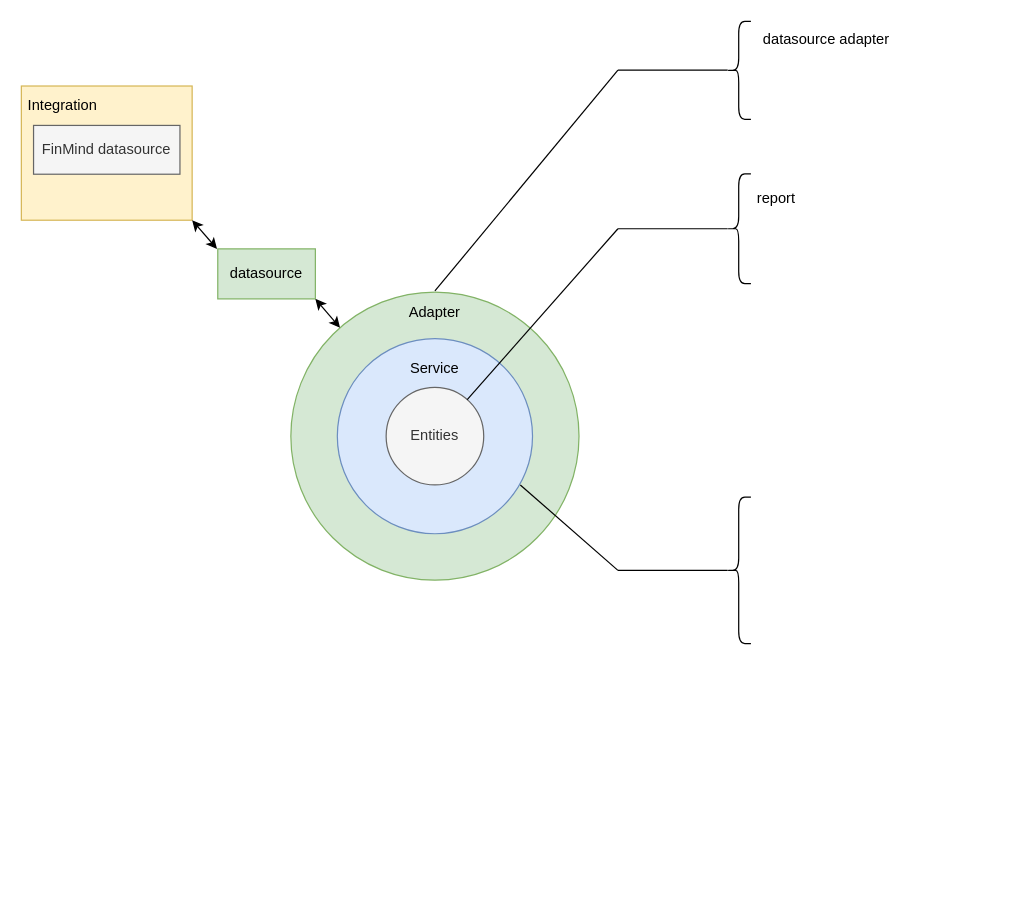
scott01272001/gino_tool keeps this draw.io diagram as resource/architecture.drawio. Above is the earlier version. Source tidied: cells renumbered, new cells numbered last; positions are measured from the earlier drawing's top-left corner, leaving out a move shared by most shapes. Both pictures are drawn from the tidied source at 122%, with x=0, y=0 at pixel (21, 21).
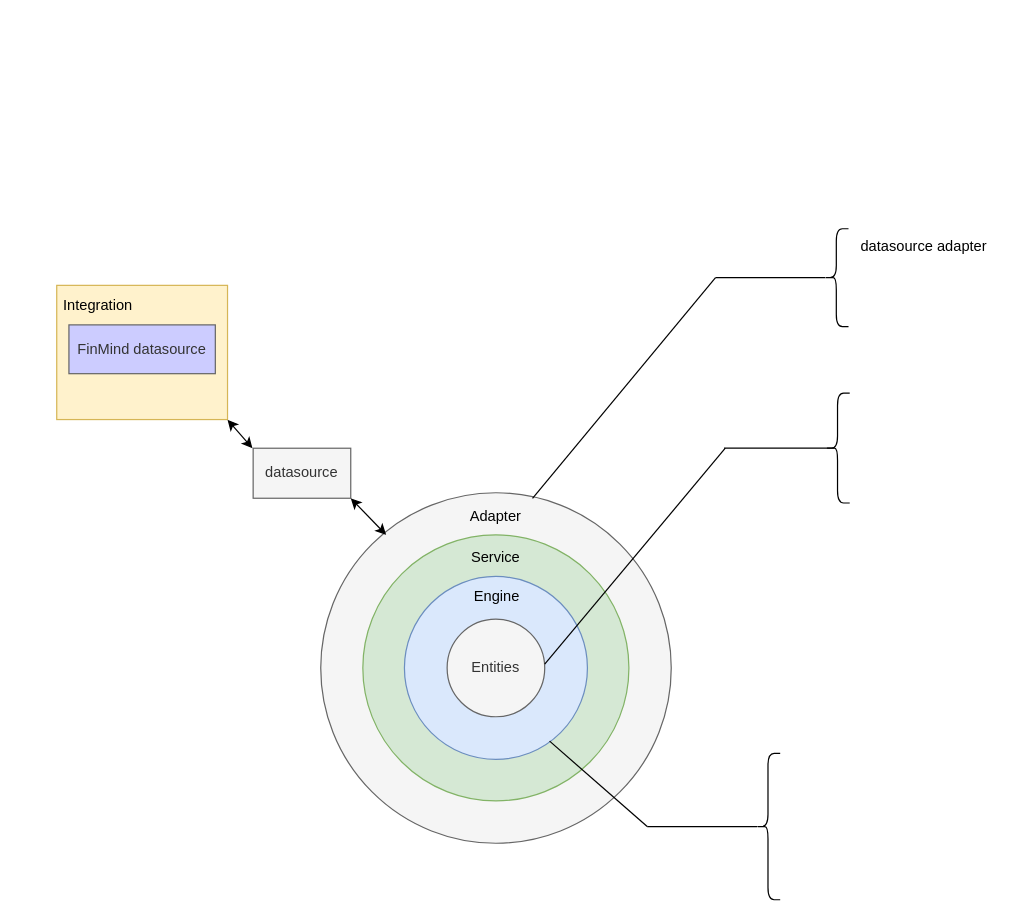
The same diagram, later.

Commit message:
archit plan update

Change to the diagram source:
```diff
@@
+    <mxCell id="24" style="ellipse;whiteSpace=wrap;html=1;fillColor=#f5f5f5;strokeColor=#666666;fontColor=#333333;" parent="1" vertex="1">
+      <mxGeometry x="245.4" y="386.4" width="287.3" height="287.3" as="geometry" />
+    </mxCell>
     <mxCell id="2" style="ellipse;whiteSpace=wrap;html=1;fillColor=#d5e8d4;strokeColor=#82b366;" parent="1" vertex="1">
-      <mxGeometry x="220.9" y="221.9" width="236.2" height="236.2" as="geometry" />
+      <mxGeometry x="279.9" y="420.9" width="218.1" height="218.1" as="geometry" />
     </mxCell>
     <mxCell id="3" style="ellipse;whiteSpace=wrap;html=1;fillColor=#dae8fc;strokeColor=#6c8ebf;" parent="1" vertex="1">
-      <mxGeometry x="259" y="260" width="160" height="160" as="geometry" />
+      <mxGeometry x="314" y="455" width="150" height="150" as="geometry" />
     </mxCell>
     <mxCell id="4" value="Entities" style="ellipse;whiteSpace=wrap;html=1;fillColor=#f5f5f5;fontColor=#333333;strokeColor=#666666;" parent="1" vertex="1">
-      <mxGeometry x="299" y="300" width="80" height="80" as="geometry" />
+      <mxGeometry x="349" y="490" width="80" height="80" as="geometry" />
     </mxCell>
     <mxCell id="5" value="Service" style="text;html=1;strokeColor=none;fillColor=none;align=center;verticalAlign=middle;whiteSpace=wrap;rounded=0;" parent="1" vertex="1">
-      <mxGeometry x="309" y="270" width="60" height="30" as="geometry" />
+      <mxGeometry x="359" y="425" width="60" height="30" as="geometry" />
     </mxCell>
     <mxCell id="6" value="Adapter" style="text;html=1;strokeColor=none;fillColor=none;align=center;verticalAlign=middle;whiteSpace=wrap;rounded=0;" parent="1" vertex="1">
-      <mxGeometry x="309" y="224" width="60" height="30" as="geometry" />
+      <mxGeometry x="359" y="390.9" width="60" height="30" as="geometry" />
     </mxCell>
     <mxCell id="7" style="rounded=0;whiteSpace=wrap;html=1;fillColor=#fff2cc;strokeColor=#d6b656;" parent="1" vertex="1">
-      <mxGeometry y="53" width="140" height="110" as="geometry" />
+      <mxGeometry x="29" y="216.4" width="140" height="110" as="geometry" />
     </mxCell>
     <mxCell id="8" value="Integration" style="text;html=1;strokeColor=none;fillColor=none;align=center;verticalAlign=middle;whiteSpace=wrap;rounded=0;dashed=1;" parent="1" vertex="1">
-      <mxGeometry x="4" y="53" width="60" height="32.3" as="geometry" />
+      <mxGeometry x="33" y="216.4" width="60" height="32.3" as="geometry" />
     </mxCell>
-    <mxCell id="9" value="FinMind datasource" style="rounded=0;whiteSpace=wrap;html=1;fillColor=#f5f5f5;fontColor=#333333;strokeColor=#666666;" parent="1" vertex="1">
-      <mxGeometry x="10" y="85.3" width="120" height="40" as="geometry" />
+    <mxCell id="9" value="FinMind datasource" style="rounded=0;whiteSpace=wrap;html=1;fillColor=#CCCCFF;fontColor=#333333;strokeColor=#666666;" parent="1" vertex="1">
+      <mxGeometry x="39" y="248.8" width="120" height="40" as="geometry" />
     </mxCell>
-    <mxCell id="10" value="datasource" style="rounded=0;whiteSpace=wrap;html=1;fillColor=#d5e8d4;strokeColor=#82b366;" parent="1" vertex="1">
-      <mxGeometry x="161" y="186.5" width="80" height="41" as="geometry" />
+    <mxCell id="10" value="datasource" style="rounded=0;whiteSpace=wrap;html=1;fillColor=#f5f5f5;strokeColor=#666666;fontColor=#333333;" parent="1" vertex="1">
+      <mxGeometry x="190" y="349.9" width="80" height="41" as="geometry" />
     </mxCell>
-    <mxCell id="11" style="endArrow=none;html=1;rounded=0;" parent="1" edge="1" source="4">
-      <mxGeometry relative="1" as="geometry">
-        <mxPoint x="489" y="170" as="targetPoint" />
-      </mxGeometry>
-    </mxCell>
+    <mxCell id="22" style="endArrow=classic;startArrow=classic;html=1;rounded=0;exitX=1;exitY=1;exitDx=0;exitDy=0;" parent="1" edge="1" source="10">
+      <mxGeometry relative="1" as="geometry">
+        <mxPoint x="299" y="420.9" as="targetPoint" />
+      </mxGeometry>
+    </mxCell>
+    <mxCell id="23" style="endArrow=classic;startArrow=classic;html=1;rounded=0;exitX=1;exitY=1;exitDx=0;exitDy=0;" parent="1" edge="1">
+      <mxGeometry relative="1" as="geometry">
+        <mxPoint x="169" y="326.5" as="sourcePoint" />
+        <mxPoint x="189.4" y="349.9" as="targetPoint" />
+      </mxGeometry>
+    </mxCell>
+    <mxCell id="25" style="group;" parent="1" vertex="1">
+      <mxGeometry x="433" y="590" width="189" height="130" as="geometry" />
+    </mxCell>
-    <mxCell id="12" style="endArrow=none;html=1;rounded=0;" parent="1" edge="1">
+    <mxCell id="12" style="endArrow=none;html=1;rounded=0;" parent="25" edge="1">
       <mxGeometry relative="1" as="geometry">
-        <mxPoint x="489" y="450" as="sourcePoint" />
-        <mxPoint x="579" y="450" as="targetPoint" />
+        <mxPoint x="80" y="70" as="sourcePoint" />
+        <mxPoint x="170" y="70" as="targetPoint" />
       </mxGeometry>
     </mxCell>
-    <mxCell id="13" style="endArrow=none;html=1;rounded=0;" parent="1" edge="1">
+    <mxCell id="13" style="endArrow=none;html=1;rounded=0;" parent="25" edge="1">
       <mxGeometry relative="1" as="geometry">
-        <mxPoint x="409" y="380" as="sourcePoint" />
-        <mxPoint x="489" y="450" as="targetPoint" />
+        <mxPoint as="sourcePoint" />
+        <mxPoint x="80" y="70" as="targetPoint" />
       </mxGeometry>
     </mxCell>
+    <mxCell id="18" style="shape=curlyBracket;whiteSpace=wrap;html=1;rounded=1;" parent="25" vertex="1">
+      <mxGeometry x="169" y="10" width="20" height="120" as="geometry" />
+    </mxCell>
+    <mxCell id="26" value="Engine" style="text;html=1;strokeColor=none;fillColor=none;align=center;verticalAlign=middle;whiteSpace=wrap;rounded=0;" parent="1" vertex="1">
+      <mxGeometry x="360" y="457" width="60" height="30" as="geometry" />
+    </mxCell>
+    <mxCell id="11" style="endArrow=none;html=1;rounded=0;" parent="1" edge="1">
+      <mxGeometry relative="1" as="geometry">
+        <mxPoint x="429" y="526.9" as="sourcePoint" />
+        <mxPoint x="577" y="349.9" as="targetPoint" />
+      </mxGeometry>
+    </mxCell>
     <mxCell id="14" style="endArrow=none;html=1;rounded=0;" parent="1" edge="1">
       <mxGeometry relative="1" as="geometry">
-        <mxPoint x="489" y="40" as="sourcePoint" />
-        <mxPoint x="579" y="40" as="targetPoint" />
+        <mxPoint x="569" y="210" as="sourcePoint" />
+        <mxPoint x="659" y="210" as="targetPoint" />
       </mxGeometry>
     </mxCell>
     <mxCell id="15" style="endArrow=none;html=1;rounded=0;" parent="1" edge="1">
       <mxGeometry relative="1" as="geometry">
-        <mxPoint x="339" y="221" as="sourcePoint" />
-        <mxPoint x="489" y="40" as="targetPoint" />
+        <mxPoint x="419" y="391" as="sourcePoint" />
+        <mxPoint x="569" y="210" as="targetPoint" />
       </mxGeometry>
     </mxCell>
+    <mxCell id="19" style="shape=curlyBracket;whiteSpace=wrap;html=1;rounded=1;" parent="1" vertex="1">
+      <mxGeometry x="658" y="170" width="20" height="80.3" as="geometry" />
+    </mxCell>
+    <mxCell id="21" value="datasource adapter" style="text;html=1;strokeColor=none;fillColor=none;align=center;verticalAlign=middle;whiteSpace=wrap;rounded=0;" parent="1" vertex="1">
+      <mxGeometry x="681" y="170" width="118" height="30" as="geometry" />
+    </mxCell>
+    <mxCell id="17" style="shape=curlyBracket;whiteSpace=wrap;html=1;rounded=1;" parent="1" vertex="1">
+      <mxGeometry x="659" y="304.8" width="20" height="90" as="geometry" />
+    </mxCell>
     <mxCell id="16" style="endArrow=none;html=1;rounded=0;" parent="1" edge="1">
       <mxGeometry relative="1" as="geometry">
-        <mxPoint x="489" y="170" as="sourcePoint" />
-        <mxPoint x="579" y="170" as="targetPoint" />
+        <mxPoint x="576" y="349.9" as="sourcePoint" />
+        <mxPoint x="666" y="349.9" as="targetPoint" />
       </mxGeometry>
     </mxCell>
-    <mxCell id="17" style="shape=curlyBracket;whiteSpace=wrap;html=1;rounded=1;" parent="1" vertex="1">
-      <mxGeometry x="578" y="125" width="20" height="90" as="geometry" />
-    </mxCell>
-    <mxCell id="18" style="shape=curlyBracket;whiteSpace=wrap;html=1;rounded=1;" parent="1" vertex="1">
-      <mxGeometry x="578" y="390" width="20" height="120" as="geometry" />
-    </mxCell>
-    <mxCell id="19" style="shape=curlyBracket;whiteSpace=wrap;html=1;rounded=1;" parent="1" vertex="1">
-      <mxGeometry x="578" width="20" height="80.3" as="geometry" />
-    </mxCell>
-    <mxCell id="20" value="report" style="text;html=1;strokeColor=none;fillColor=none;align=center;verticalAlign=middle;whiteSpace=wrap;rounded=0;" parent="1" vertex="1">
-      <mxGeometry x="589" y="130" width="60" height="30" as="geometry" />
-    </mxCell>
-    <mxCell id="21" value="datasource adapter" style="text;html=1;strokeColor=none;fillColor=none;align=center;verticalAlign=middle;whiteSpace=wrap;rounded=0;" parent="1" vertex="1">
-      <mxGeometry x="601" width="118" height="30" as="geometry" />
-    </mxCell>
-    <mxCell id="22" style="endArrow=classic;startArrow=classic;html=1;rounded=0;exitX=1;exitY=1;exitDx=0;exitDy=0;" parent="1" edge="1" source="10" target="2">
-      <mxGeometry relative="1" as="geometry" />
-    </mxCell>
-    <mxCell id="23" style="endArrow=classic;startArrow=classic;html=1;rounded=0;exitX=1;exitY=1;exitDx=0;exitDy=0;" parent="1" edge="1">
-      <mxGeometry relative="1" as="geometry">
-        <mxPoint x="140" y="163.1" as="sourcePoint" />
-        <mxPoint x="160.4" y="186.5" as="targetPoint" />
-      </mxGeometry>
-    </mxCell>
```
